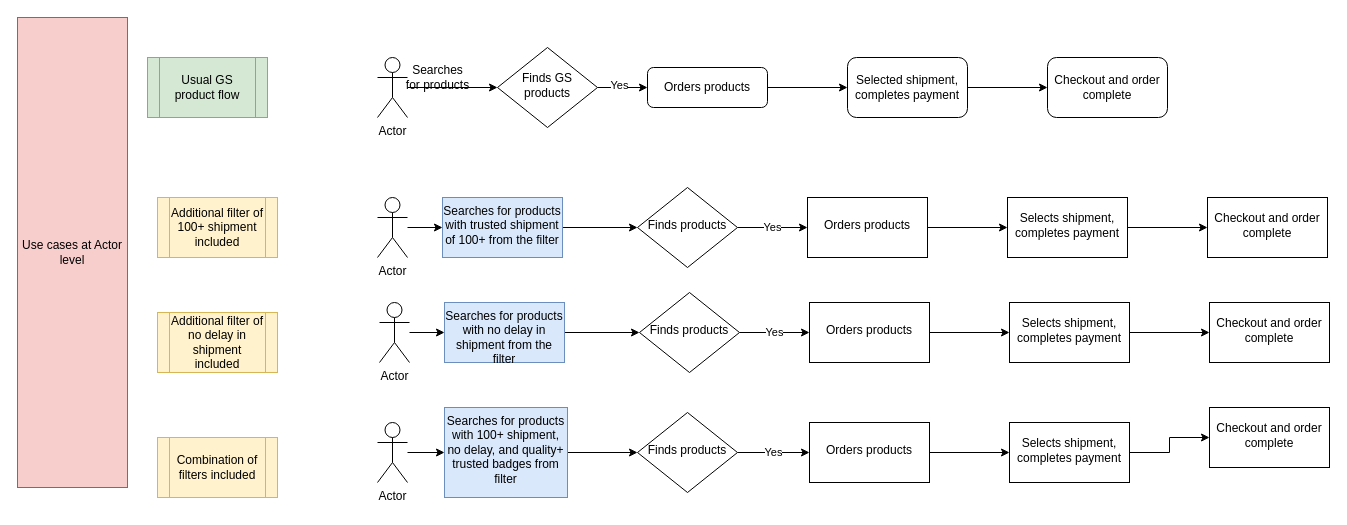
Earlier version of the draw.io diagram AEE Hackathon.drawio (nityan82/angular-seed). Source tidied: cells renumbered, new cells numbered last; positions are measured from the earlier drawing's top-left corner, leaving out a move shared by most shapes. Both pictures are drawn from the tidied source at 100%, with x=0, y=0 at pixel (17, 17).
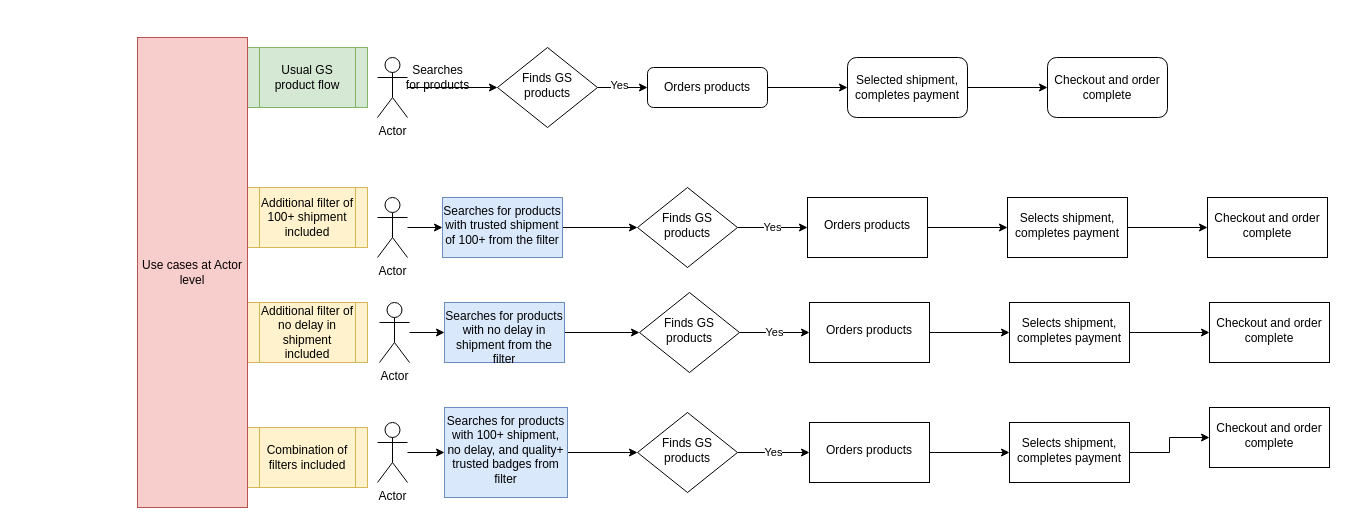
The same page after the edit.

The edit, as a diff of the source:
```diff
@@
-    <mxCell id="18" value="Finds products" style="rhombus;whiteSpace=wrap;html=1;shadow=0;fontFamily=Helvetica;fontSize=12;align=center;strokeWidth=1;spacing=6;spacingTop=-4;" parent="1" vertex="1">
+    <mxCell id="18" value="Finds GS products" style="rhombus;whiteSpace=wrap;html=1;shadow=0;fontFamily=Helvetica;fontSize=12;align=center;strokeWidth=1;spacing=6;spacingTop=-4;" parent="1" vertex="1">
       <mxGeometry x="620" y="170" width="100" height="80" as="geometry" />
     </mxCell>
@@
-    <mxCell id="29" value="Finds products" style="rhombus;whiteSpace=wrap;html=1;shadow=0;fontFamily=Helvetica;fontSize=12;align=center;strokeWidth=1;spacing=6;spacingTop=-4;" parent="1" vertex="1">
+    <mxCell id="29" value="Finds GS products" style="rhombus;whiteSpace=wrap;html=1;shadow=0;fontFamily=Helvetica;fontSize=12;align=center;strokeWidth=1;spacing=6;spacingTop=-4;" parent="1" vertex="1">
       <mxGeometry x="622" y="275" width="100" height="80" as="geometry" />
     </mxCell>
@@
-    <mxCell id="40" value="Finds products" style="rhombus;whiteSpace=wrap;html=1;shadow=0;fontFamily=Helvetica;fontSize=12;align=center;strokeWidth=1;spacing=6;spacingTop=-4;" parent="1" vertex="1">
+    <mxCell id="40" value="Finds GS products" style="rhombus;whiteSpace=wrap;html=1;shadow=0;fontFamily=Helvetica;fontSize=12;align=center;strokeWidth=1;spacing=6;spacingTop=-4;" parent="1" vertex="1">
       <mxGeometry x="620" y="395" width="100" height="80" as="geometry" />
     </mxCell>
@@
     <mxCell id="46" value="Usual GS product flow" style="shape=process;whiteSpace=wrap;html=1;backgroundOutline=1;fillColor=#d5e8d4;strokeColor=#82b366;" parent="1" vertex="1">
-      <mxGeometry x="130" y="40" width="120" height="60" as="geometry" />
+      <mxGeometry x="230" y="30" width="120" height="60" as="geometry" />
     </mxCell>
     <mxCell id="47" value="Additional filter of 100+ shipment included" style="shape=process;whiteSpace=wrap;html=1;backgroundOutline=1;fillColor=#fff2cc;strokeColor=#d6b656;" parent="1" vertex="1">
-      <mxGeometry x="140" y="180" width="120" height="60" as="geometry" />
+      <mxGeometry x="230" y="170" width="120" height="60" as="geometry" />
     </mxCell>
     <mxCell id="48" value="Additional filter of no delay in shipment included" style="shape=process;whiteSpace=wrap;html=1;backgroundOutline=1;fillColor=#fff2cc;strokeColor=#d6b656;" parent="1" vertex="1">
-      <mxGeometry x="140" y="295" width="120" height="60" as="geometry" />
+      <mxGeometry x="230" y="285" width="120" height="60" as="geometry" />
     </mxCell>
     <mxCell id="49" value="Combination of filters included" style="shape=process;whiteSpace=wrap;html=1;backgroundOutline=1;fillColor=#fff2cc;strokeColor=#d6b656;" parent="1" vertex="1">
-      <mxGeometry x="140" y="420" width="120" height="60" as="geometry" />
+      <mxGeometry x="230" y="410" width="120" height="60" as="geometry" />
     </mxCell>
     <mxCell id="50" value="Use cases at Actor level" style="whiteSpace=wrap;html=1;fillColor=#f8cecc;strokeColor=#b85450;" parent="1" vertex="1">
-      <mxGeometry width="110" height="470" as="geometry" />
+      <mxGeometry x="120" y="20" width="110" height="470" as="geometry" />
     </mxCell>
```
